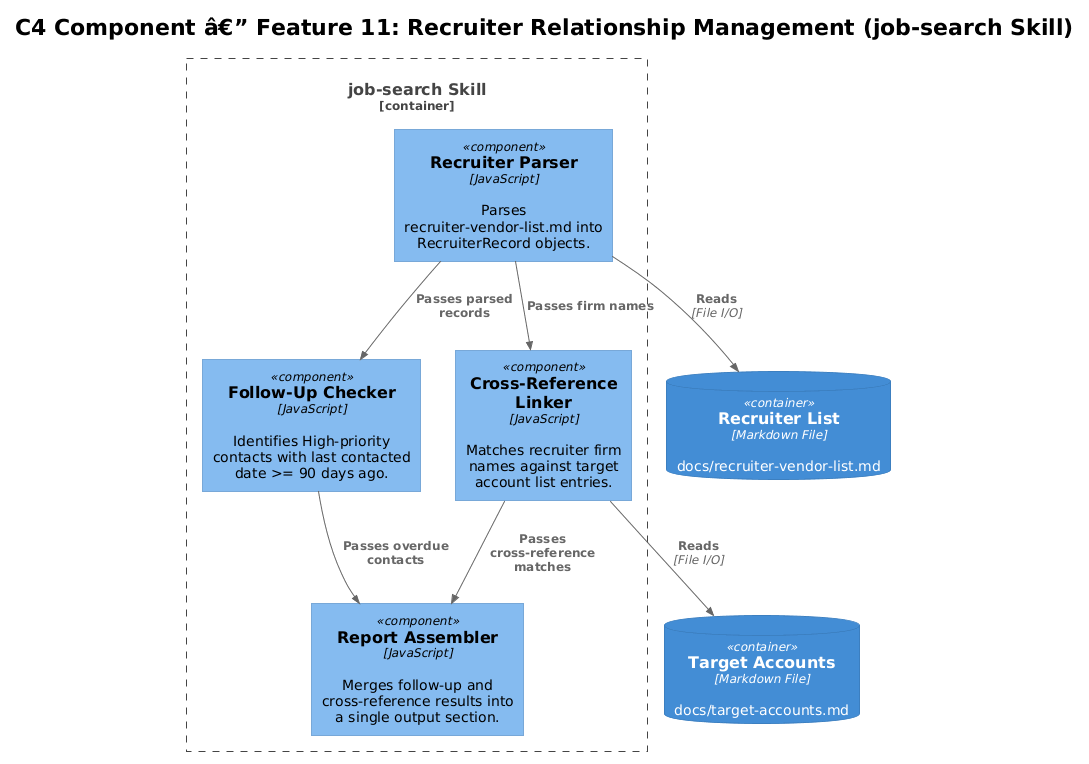
QuinntyneBrown/Orbit keeps this PlantUML diagram as docs/detailed-designs/11-recruiter-relationship-management/diagrams/c4_component.png. Above is the earlier version. The source it was exported from:
```plantuml
@startuml
!theme plain
!include <C4/C4_Component>

title C4 Component â€” Feature 11: Recruiter Relationship Management (job-search Skill)

Container_Boundary(jobSkill, "job-search Skill") {
    Component(recruiterParser, "Recruiter Parser", "JavaScript", "Parses recruiter-vendor-list.md into RecruiterRecord objects.")
    Component(followUpChecker, "Follow-Up Checker", "JavaScript", "Identifies High-priority contacts with last contacted date >= 90 days ago.")
    Component(crossRefLinker, "Cross-Reference Linker", "JavaScript", "Matches recruiter firm names against target account list entries.")
    Component(reportAssembler, "Report Assembler", "JavaScript", "Merges follow-up and cross-reference results into a single output section.")
}

ContainerDb(recruiterList, "Recruiter List", "Markdown File", "docs/recruiter-vendor-list.md")
ContainerDb(targetAccounts, "Target Accounts", "Markdown File", "docs/target-accounts.md")

Rel(recruiterParser, recruiterList, "Reads", "File I/O")
Rel(crossRefLinker, targetAccounts, "Reads", "File I/O")
Rel(recruiterParser, followUpChecker, "Passes parsed records")
Rel(recruiterParser, crossRefLinker, "Passes firm names")
Rel(followUpChecker, reportAssembler, "Passes overdue contacts")
Rel(crossRefLinker, reportAssembler, "Passes cross-reference matches")
@enduml
```
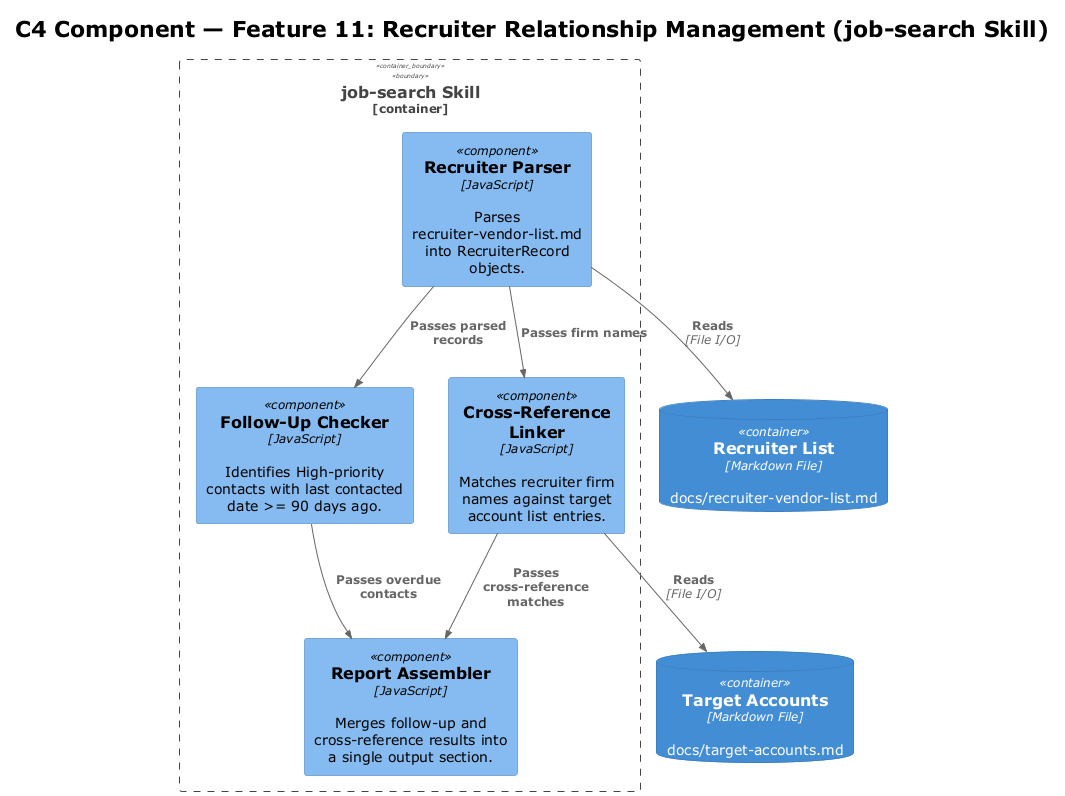
After the commit.

The edit, as a diff of the source:
```diff
@@ -1,8 +1,8 @@
-@startuml
+@startuml c4_component
 !theme plain
 !include <C4/C4_Component>
 
-title C4 Component â€” Feature 11: Recruiter Relationship Management (job-search Skill)
+title C4 Component — Feature 11: Recruiter Relationship Management (job-search Skill)
 
 Container_Boundary(jobSkill, "job-search Skill") {
     Component(recruiterParser, "Recruiter Parser", "JavaScript", "Parses recruiter-vendor-list.md into RecruiterRecord objects.")
@@ -20,4 +20,5 @@
 Rel(recruiterParser, crossRefLinker, "Passes firm names")
 Rel(followUpChecker, reportAssembler, "Passes overdue contacts")
 Rel(crossRefLinker, reportAssembler, "Passes cross-reference matches")
+
 @enduml
```
